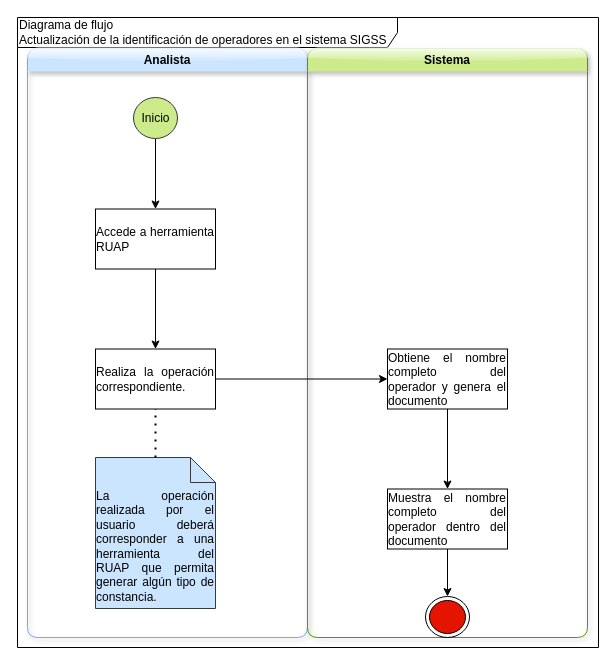
allanasturias94-design/POO keeps this draw.io diagram as operadores.drawio. Above is the earlier version. Source tidied: cells renumbered, new cells numbered last; positions are measured from the earlier drawing's top-left corner, leaving out a move shared by most shapes. Both pictures are drawn from the tidied source at 100%, with x=0, y=0 at pixel (17, 17).
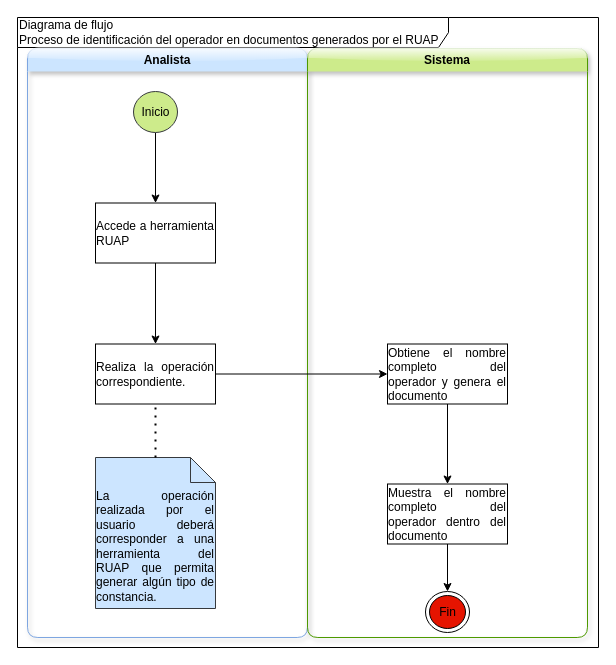
The same diagram, later.

Diff of the diagram source:
```diff
@@
 <mxGraphModel>
   <root>
     <mxCell id="0" />
     <mxCell id="1" parent="0" />
-    <mxCell id="2" value="Diagrama de flujo&lt;div&gt;Actualización de la identificación de operadores en el sistema SIGSS&lt;/div&gt;" style="shape=umlFrame;whiteSpace=wrap;html=1;width=380;height=30;align=left;" parent="1" vertex="1">
+    <mxCell id="2" value="Diagrama de flujo&lt;div&gt;Proceso de identificación del operador en documentos generados por el RUAP&lt;/div&gt;" style="shape=umlFrame;whiteSpace=wrap;html=1;width=431;height=30;align=left;" parent="1" vertex="1">
       <mxGeometry width="581" height="630" as="geometry" />
     </mxCell>
     <mxCell id="3" value="Analista" style="swimlane;whiteSpace=wrap;html=1;fillColor=#cce5ff;strokeColor=#7EA6E0;rounded=1;shadow=1;glass=1;swimlaneLine=0;" parent="2" vertex="1">
       <mxGeometry x="10" y="31" width="280" height="589" as="geometry" />
     </mxCell>
     <mxCell id="4" style="edgeStyle=orthogonalEdgeStyle;rounded=0;jettySize=auto;html=1;defaultLabelBackgroundColor=page;" parent="3" edge="1" source="5" target="7">
       <mxGeometry relative="1" as="geometry" />
     </mxCell>
     <mxCell id="5" value="Inicio" style="ellipse;fillColor=#cdeb8b;html=1;strokeColor=#36393d;" parent="3" vertex="1">
-      <mxGeometry x="106" y="49" width="44" height="41" as="geometry" />
+      <mxGeometry x="106" y="43" width="44" height="41" as="geometry" />
     </mxCell>
     <mxCell id="6" style="edgeStyle=orthogonalEdgeStyle;rounded=0;jettySize=auto;html=1;defaultLabelBackgroundColor=page;" parent="3" edge="1" source="7" target="8">
       <mxGeometry relative="1" as="geometry" />
     </mxCell>
     <mxCell id="7" value="&lt;div style=&quot;text-align: justify;&quot;&gt;&lt;span style=&quot;background-color: transparent; color: light-dark(#000000, var(--ge-light-color, #ffffff));&quot;&gt;Accede a herramienta RUAP&lt;/span&gt;&lt;/div&gt;" style="whiteSpace=wrap;html=1;" parent="3" vertex="1">
-      <mxGeometry x="68" y="160.5" width="120" height="60" as="geometry" />
+      <mxGeometry x="68" y="154.5" width="120" height="60" as="geometry" />
     </mxCell>
     <mxCell id="8" value="&lt;div style=&quot;text-align: justify;&quot;&gt;&lt;span style=&quot;background-color: transparent; color: light-dark(#000000, var(--ge-light-color, #ffffff));&quot;&gt;Realiza la operación correspondiente.&lt;/span&gt;&lt;/div&gt;" style="whiteSpace=wrap;html=1;" parent="3" vertex="1">
-      <mxGeometry x="68" y="300.5" width="120" height="60" as="geometry" />
+      <mxGeometry x="68" y="295.5" width="120" height="60" as="geometry" />
     </mxCell>
     <mxCell id="9" value="&lt;div style=&quot;text-align: justify;&quot;&gt;La operación realizada por el usuario deberá corresponder a una herramienta del RUAP que permita generar algún tipo de constancia.&lt;/div&gt;" style="shape=note2;boundedLbl=1;whiteSpace=wrap;html=1;size=25;verticalAlign=top;align=center;fillColor=#cce5ff;strokeColor=#36393d;" parent="3" vertex="1">
       <mxGeometry x="68" y="409" width="120" height="151" as="geometry" />
     </mxCell>
     <mxCell id="10" style="endArrow=none;dashed=1;html=1;dashPattern=1 3;strokeWidth=2;rounded=0;defaultLabelBackgroundColor=page;entryX=0.5;entryY=1;entryDx=0;entryDy=0;exitX=0.5;exitY=0;exitDx=0;exitDy=0;exitPerimeter=0;" parent="3" edge="1" source="9" target="8">
       <mxGeometry relative="1" as="geometry" />
     </mxCell>
     <mxCell id="11" value="Sistema" style="swimlane;whiteSpace=wrap;html=1;fillColor=#cdeb8b;strokeColor=#4D9900;rounded=1;shadow=1;glass=1;swimlaneLine=0;" parent="2" vertex="1">
       <mxGeometry x="290" y="31" width="280" height="589" as="geometry" />
     </mxCell>
     <mxCell id="12" style="edgeStyle=orthogonalEdgeStyle;rounded=0;jettySize=auto;html=1;defaultLabelBackgroundColor=page;" parent="11" edge="1" source="13" target="15">
       <mxGeometry relative="1" as="geometry" />
     </mxCell>
     <mxCell id="13" value="&lt;div style=&quot;text-align: justify;&quot;&gt;&lt;span style=&quot;background-color: transparent; color: light-dark(#000000, var(--ge-light-color, #ffffff));&quot;&gt;Obtiene el nombre completo del operador y genera el documento&lt;/span&gt;&lt;/div&gt;" style="whiteSpace=wrap;html=1;" parent="11" vertex="1">
-      <mxGeometry x="80" y="300.5" width="120" height="60" as="geometry" />
+      <mxGeometry x="80" y="295.5" width="120" height="60" as="geometry" />
     </mxCell>
     <mxCell id="14" style="edgeStyle=orthogonalEdgeStyle;rounded=0;jettySize=auto;html=1;defaultLabelBackgroundColor=page;" parent="11" edge="1" source="15" target="16">
       <mxGeometry relative="1" as="geometry" />
     </mxCell>
     <mxCell id="15" value="&lt;div style=&quot;text-align: justify;&quot;&gt;&lt;span style=&quot;background-color: transparent; color: light-dark(#000000, var(--ge-light-color, #ffffff));&quot;&gt;Muestra el nombre completo del operador dentro del documento&lt;/span&gt;&lt;/div&gt;" style="whiteSpace=wrap;html=1;" parent="11" vertex="1">
-      <mxGeometry x="80" y="440.5" width="120" height="60" as="geometry" />
+      <mxGeometry x="80" y="435.5" width="120" height="60" as="geometry" />
     </mxCell>
-    <mxCell id="16" style="ellipse;html=1;shape=endState;fillColor=#e51400;fontColor=#ffffff;strokeColor=#000000;" parent="11" vertex="1">
-      <mxGeometry x="118" y="548" width="44" height="41" as="geometry" />
+    <mxCell id="16" value="Fin" style="ellipse;html=1;shape=endState;fillColor=#e51400;fontColor=#000000;strokeColor=#000000;" parent="11" vertex="1">
+      <mxGeometry x="118" y="543" width="44" height="41" as="geometry" />
     </mxCell>
     <mxCell id="17" style="edgeStyle=orthogonalEdgeStyle;rounded=0;jettySize=auto;html=1;exitX=1;exitY=0.5;exitDx=0;exitDy=0;entryX=0;entryY=0.5;entryDx=0;entryDy=0;defaultLabelBackgroundColor=page;" parent="2" edge="1" source="8" target="13">
       <mxGeometry relative="1" as="geometry" />
     </mxCell>
   </root>
 </mxGraphModel>
```
